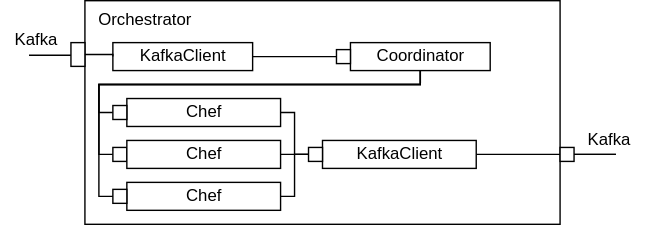
SDU-SW-Engineering/Reconfigurable-I4-Middleware-Software-Architecture keeps this draw.io diagram as docs/CC_Orchestrator.svg. Above is the earlier version. Source tidied: cells renumbered, new cells last; positions are measured from the earlier drawing's top-left corner, leaving out a move shared by most shapes.
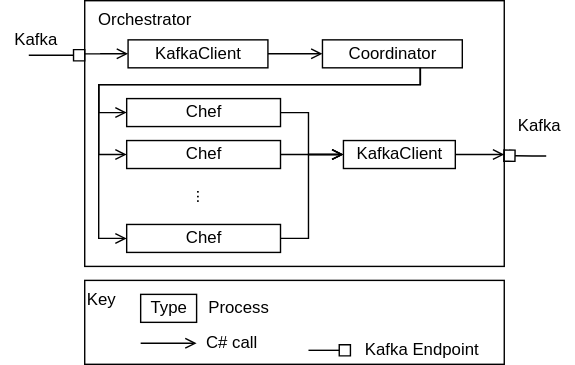
The same file after the commit.

Commit message:
updated cc view of orchestrator

The edit, as a diff of the source:
```diff
@@ -3,129 +3,147 @@
     <mxCell id="0" />
     <mxCell id="1" parent="0" />
     <mxCell id="2" value="Orchestrator" style="html=1;fontFamily=Helvetica;fontSize=12;fontColor=#000000;align=left;verticalAlign=top;spacingLeft=8;" parent="1" vertex="1">
-      <mxGeometry x="60" width="340" height="160" as="geometry" />
+      <mxGeometry x="60" width="300" height="190" as="geometry" />
     </mxCell>
-    <mxCell id="3" style="edgeStyle=orthogonalEdgeStyle;rounded=0;jettySize=auto;html=1;endArrow=none;endFill=0;startArrow=none;startFill=0;" parent="1" edge="1" target="4">
+    <mxCell id="3" style="edgeStyle=orthogonalEdgeStyle;rounded=0;orthogonalLoop=1;jettySize=auto;html=1;endArrow=box;endFill=0;startArrow=none;startFill=0;" parent="1" edge="1">
       <mxGeometry relative="1" as="geometry">
         <mxPoint x="20" y="39" as="sourcePoint" />
+        <mxPoint x="60" y="39" as="targetPoint" />
         <Array as="points">
           <mxPoint x="40" y="39" />
           <mxPoint x="40" y="39" />
         </Array>
       </mxGeometry>
     </mxCell>
-    <mxCell id="4" style="rounded=0;whiteSpace=wrap;html=1;fontFamily=Helvetica;fontSize=12;fontColor=#000000;" parent="1" vertex="1">
-      <mxGeometry x="50" y="30" width="10" height="17" as="geometry" />
+    <mxCell id="4" style="edgeStyle=orthogonalEdgeStyle;rounded=0;jettySize=auto;html=1;startArrow=none;startFill=0;endArrow=open;endFill=0;" parent="1" edge="1" source="5" target="7">
+      <mxGeometry relative="1" as="geometry">
+        <Array as="points">
+          <mxPoint x="300" y="60" />
+          <mxPoint x="70" y="60" />
+          <mxPoint x="70" y="80" />
+        </Array>
+      </mxGeometry>
     </mxCell>
-    <mxCell id="5" style="edgeStyle=orthogonalEdgeStyle;rounded=0;jettySize=auto;html=1;startArrow=none;startFill=0;endArrow=none;endFill=0;entryX=0;entryY=0.5;entryDx=0;entryDy=0;" parent="1" edge="1" source="7" target="11">
-      <mxGeometry relative="1" as="geometry">
-        <Array as="points">
-          <mxPoint x="300" y="60" />
-          <mxPoint x="70" y="60" />
-          <mxPoint x="70" y="80" />
-        </Array>
-      </mxGeometry>
+    <mxCell id="5" value="Coordinator" style="html=1;fontFamily=Helvetica;fontSize=12;fontColor=#000000;" parent="1" vertex="1">
+      <mxGeometry x="230" y="28" width="100" height="20" as="geometry" />
     </mxCell>
-    <mxCell id="6" style="edgeStyle=orthogonalEdgeStyle;rounded=0;jettySize=auto;html=1;entryX=0;entryY=0.5;entryDx=0;entryDy=0;endArrow=none;endFill=0;" parent="1" edge="1" source="7" target="13">
+    <mxCell id="6" style="edgeStyle=orthogonalEdgeStyle;rounded=0;jettySize=auto;html=1;startArrow=none;startFill=0;endArrow=open;endFill=0;" parent="1" edge="1" source="7" target="8">
       <mxGeometry relative="1" as="geometry">
         <Array as="points">
-          <mxPoint x="300" y="60" />
-          <mxPoint x="70" y="60" />
-          <mxPoint x="70" y="110" />
+          <mxPoint x="220" y="80" />
+          <mxPoint x="220" y="110" />
         </Array>
       </mxGeometry>
     </mxCell>
-    <mxCell id="7" value="Coordinator" style="html=1;fontFamily=Helvetica;fontSize=12;fontColor=#000000;" parent="1" vertex="1">
-      <mxGeometry x="250" y="30" width="100" height="20" as="geometry" />
+    <mxCell id="7" value="Chef" style="html=1;fontFamily=Helvetica;fontSize=12;fontColor=#000000;" parent="1" vertex="1">
+      <mxGeometry x="90" y="70" width="110" height="20" as="geometry" />
     </mxCell>
-    <mxCell id="8" style="rounded=0;whiteSpace=wrap;html=1;fontFamily=Helvetica;fontSize=12;fontColor=#000000;" parent="1" vertex="1">
-      <mxGeometry x="240" y="35" width="10" height="10" as="geometry" />
+    <mxCell id="8" value="KafkaClient" style="html=1;fontFamily=Helvetica;fontSize=12;fontColor=#000000;" parent="1" vertex="1">
+      <mxGeometry x="245" y="100" width="80" height="20" as="geometry" />
     </mxCell>
-    <mxCell id="9" style="edgeStyle=orthogonalEdgeStyle;rounded=0;jettySize=auto;html=1;startArrow=none;startFill=0;endArrow=none;endFill=0;entryX=0;entryY=0.5;entryDx=0;entryDy=0;" parent="1" edge="1" source="10" target="19">
-      <mxGeometry relative="1" as="geometry">
-        <Array as="points">
-          <mxPoint x="210" y="80" />
-          <mxPoint x="210" y="110" />
-        </Array>
-      </mxGeometry>
+    <mxCell id="9" style="edgeStyle=orthogonalEdgeStyle;rounded=0;jettySize=auto;html=1;startArrow=none;startFill=0;endArrow=open;endFill=0;" parent="1" edge="1" source="10" target="5">
+      <mxGeometry relative="1" as="geometry" />
     </mxCell>
-    <mxCell id="10" value="Chef" style="html=1;fontFamily=Helvetica;fontSize=12;fontColor=#000000;" parent="1" vertex="1">
-      <mxGeometry x="90" y="70" width="110" height="20" as="geometry" />
+    <mxCell id="10" value="KafkaClient" style="html=1;fontFamily=Helvetica;fontSize=12;fontColor=#000000;" parent="1" vertex="1">
+      <mxGeometry x="91" y="28" width="100" height="20" as="geometry" />
     </mxCell>
-    <mxCell id="11" style="rounded=0;whiteSpace=wrap;html=1;fontFamily=Helvetica;fontSize=12;fontColor=#000000;" parent="1" vertex="1">
-      <mxGeometry x="80" y="75" width="10" height="10" as="geometry" />
+    <mxCell id="11" style="edgeStyle=orthogonalEdgeStyle;rounded=0;jettySize=auto;html=1;startArrow=none;startFill=0;endArrow=open;endFill=0;" parent="1" edge="1" target="10">
+      <mxGeometry relative="1" as="geometry">
+        <mxPoint x="60" y="38" as="sourcePoint" />
+      </mxGeometry>
     </mxCell>
-    <mxCell id="12" style="edgeStyle=orthogonalEdgeStyle;rounded=0;jettySize=auto;html=1;startArrow=none;startFill=0;endArrow=none;endFill=0;entryX=0;entryY=0.5;entryDx=0;entryDy=0;" parent="1" edge="1" source="28" target="19">
-      <mxGeometry relative="1" as="geometry" />
+    <mxCell id="12" value="Kafka" style="text;html=1;align=center;verticalAlign=middle;strokeColor=none;fillColor=none;" parent="1" vertex="1">
+      <mxGeometry y="18" width="50" height="20" as="geometry" />
     </mxCell>
-    <mxCell id="13" style="rounded=0;whiteSpace=wrap;html=1;fontFamily=Helvetica;fontSize=12;fontColor=#000000;" parent="1" vertex="1">
-      <mxGeometry x="80" y="105" width="10" height="10" as="geometry" />
+    <mxCell id="13" value="Kafka" style="text;html=1;align=center;verticalAlign=middle;points=[];strokeColor=none;fillColor=none;" parent="1" vertex="1">
+      <mxGeometry x="360" y="80" width="50" height="20" as="geometry" />
     </mxCell>
-    <mxCell id="14" style="edgeStyle=orthogonalEdgeStyle;rounded=0;jettySize=auto;html=1;startArrow=none;startFill=0;endArrow=none;endFill=0;entryX=0;entryY=0.5;entryDx=0;entryDy=0;" parent="1" edge="1" source="15" target="19">
-      <mxGeometry relative="1" as="geometry">
-        <Array as="points">
-          <mxPoint x="210" y="140" />
-          <mxPoint x="210" y="110" />
-        </Array>
-      </mxGeometry>
+    <mxCell id="14" value="Key" style="rounded=0;whiteSpace=wrap;html=1;align=left;verticalAlign=top;" parent="1" vertex="1">
+      <mxGeometry x="60" y="200" width="300" height="60" as="geometry" />
     </mxCell>
-    <mxCell id="15" value="Chef" style="html=1;fontFamily=Helvetica;fontSize=12;fontColor=#000000;" parent="1" vertex="1">
-      <mxGeometry x="90" y="130" width="110" height="20" as="geometry" />
+    <mxCell id="15" value="Type" style="html=1;fontFamily=Helvetica;fontSize=12;fontColor=#000000;" parent="1" vertex="1">
+      <mxGeometry x="100" y="210" width="40" height="20" as="geometry" />
     </mxCell>
-    <mxCell id="16" style="rounded=0;whiteSpace=wrap;html=1;fontFamily=Helvetica;fontSize=12;fontColor=#000000;" parent="1" vertex="1">
-      <mxGeometry x="80" y="135" width="10" height="10" as="geometry" />
+    <mxCell id="16" value="Process" style="text;html=1;align=center;verticalAlign=middle;points=[];strokeColor=none;fillColor=none;" parent="1" vertex="1">
+      <mxGeometry x="140" y="210" width="60" height="20" as="geometry" />
     </mxCell>
-    <mxCell id="17" style="edgeStyle=orthogonalEdgeStyle;rounded=0;jettySize=auto;html=1;exitX=1;exitY=0.5;exitDx=0;exitDy=0;startArrow=none;startFill=0;endArrow=none;endFill=0;entryX=0;entryY=0.5;entryDx=0;entryDy=0;" parent="1" edge="1" source="18" target="25">
+    <mxCell id="17" style="edgeStyle=orthogonalEdgeStyle;rounded=0;orthogonalLoop=1;jettySize=auto;html=1;startArrow=none;startFill=0;endArrow=open;endFill=0;" parent="1" edge="1">
       <mxGeometry relative="1" as="geometry">
+        <mxPoint x="100" y="245" as="sourcePoint" />
+        <mxPoint x="140" y="245" as="targetPoint" />
         <Array as="points">
-          <mxPoint x="440" y="110" />
+          <mxPoint x="120" y="245" />
         </Array>
       </mxGeometry>
     </mxCell>
-    <mxCell id="18" value="KafkaClient" style="html=1;fontFamily=Helvetica;fontSize=12;fontColor=#000000;" parent="1" vertex="1">
-      <mxGeometry x="230" y="100" width="110" height="20" as="geometry" />
+    <mxCell id="18" value="C# call" style="text;html=1;align=center;verticalAlign=middle;points=[];strokeColor=none;fillColor=none;" parent="1" vertex="1">
+      <mxGeometry x="140" y="235" width="50" height="20" as="geometry" />
     </mxCell>
-    <mxCell id="19" style="rounded=0;whiteSpace=wrap;html=1;fontFamily=Helvetica;fontSize=12;fontColor=#000000;" parent="1" vertex="1">
-      <mxGeometry x="220" y="105" width="10" height="10" as="geometry" />
+    <mxCell id="19" style="edgeStyle=orthogonalEdgeStyle;rounded=0;jettySize=auto;html=1;exitX=1;exitY=0.5;exitDx=0;exitDy=0;startArrow=none;startFill=0;endArrow=open;endFill=0;" parent="1" edge="1" source="8">
+      <mxGeometry relative="1" as="geometry">
+        <mxPoint x="360" y="110" as="targetPoint" />
+      </mxGeometry>
     </mxCell>
-    <mxCell id="20" style="edgeStyle=orthogonalEdgeStyle;rounded=0;jettySize=auto;html=1;startArrow=none;startFill=0;endArrow=none;endFill=0;entryX=0;entryY=0.5;entryDx=0;entryDy=0;" parent="1" edge="1" source="21" target="8">
-      <mxGeometry relative="1" as="geometry" />
+    <mxCell id="20" value="Chef" style="html=1;fontFamily=Helvetica;fontSize=12;fontColor=#000000;" parent="1" vertex="1">
+      <mxGeometry x="90" y="100" width="110" height="20" as="geometry" />
     </mxCell>
-    <mxCell id="21" value="KafkaClient" style="html=1;fontFamily=Helvetica;fontSize=12;fontColor=#000000;" parent="1" vertex="1">
-      <mxGeometry x="80" y="30" width="100" height="20" as="geometry" />
+    <mxCell id="21" value="Chef" style="html=1;fontFamily=Helvetica;fontSize=12;fontColor=#000000;" parent="1" vertex="1">
+      <mxGeometry x="90" y="160" width="110" height="20" as="geometry" />
     </mxCell>
-    <mxCell id="22" style="edgeStyle=orthogonalEdgeStyle;rounded=0;jettySize=auto;html=1;entryX=0;entryY=0.5;entryDx=0;entryDy=0;startArrow=none;startFill=0;endArrow=none;endFill=0;" parent="1" edge="1" source="4" target="21">
-      <mxGeometry relative="1" as="geometry" />
+    <mxCell id="22" value="..." style="text;html=1;align=center;verticalAlign=middle;strokeColor=none;fillColor=none;rotation=90;" parent="1" vertex="1">
+      <mxGeometry x="130" y="130" width="30" height="20" as="geometry" />
     </mxCell>
-    <mxCell id="23" value="Kafka" style="text;html=1;align=center;verticalAlign=middle;strokeColor=none;fillColor=none;" parent="1" vertex="1">
-      <mxGeometry y="18" width="50" height="20" as="geometry" />
+    <mxCell id="23" style="edgeStyle=orthogonalEdgeStyle;rounded=0;jettySize=auto;html=1;startArrow=none;startFill=0;endArrow=open;endFill=0;" parent="1" edge="1" source="5" target="20">
+      <mxGeometry relative="1" as="geometry">
+        <Array as="points">
+          <mxPoint x="300" y="60" />
+          <mxPoint x="70" y="60" />
+          <mxPoint x="70" y="110" />
+        </Array>
+      </mxGeometry>
     </mxCell>
-    <mxCell id="24" style="edgeStyle=orthogonalEdgeStyle;rounded=0;jettySize=auto;html=1;startArrow=none;startFill=0;endArrow=none;endFill=0;" parent="1" edge="1" source="25">
+    <mxCell id="24" style="edgeStyle=orthogonalEdgeStyle;rounded=0;jettySize=auto;html=1;startArrow=none;startFill=0;endArrow=open;endFill=0;" parent="1" edge="1" source="5" target="21">
       <mxGeometry relative="1" as="geometry">
-        <mxPoint x="440" y="110" as="targetPoint" />
         <Array as="points">
-          <mxPoint x="420" y="110" />
-          <mxPoint x="420" y="110" />
+          <mxPoint x="300" y="60" />
+          <mxPoint x="70" y="60" />
+          <mxPoint x="70" y="170" />
         </Array>
       </mxGeometry>
     </mxCell>
-    <mxCell id="25" style="rounded=0;whiteSpace=wrap;html=1;fontFamily=Helvetica;fontSize=12;fontColor=#000000;" parent="1" vertex="1">
-      <mxGeometry x="400" y="105" width="10" height="10" as="geometry" />
+    <mxCell id="25" style="edgeStyle=orthogonalEdgeStyle;rounded=0;jettySize=auto;html=1;startArrow=none;startFill=0;endArrow=open;endFill=0;" parent="1" edge="1" source="21" target="8">
+      <mxGeometry relative="1" as="geometry">
+        <Array as="points">
+          <mxPoint x="220" y="170" />
+          <mxPoint x="220" y="110" />
+        </Array>
+      </mxGeometry>
     </mxCell>
-    <mxCell id="26" value="Kafka" style="text;html=1;align=center;verticalAlign=middle;strokeColor=none;fillColor=none;" parent="1" vertex="1">
-      <mxGeometry x="410" y="90" width="50" height="20" as="geometry" />
+    <mxCell id="26" style="edgeStyle=orthogonalEdgeStyle;rounded=0;jettySize=auto;html=1;startArrow=none;startFill=0;endArrow=open;endFill=0;" parent="1" edge="1" source="20" target="8">
+      <mxGeometry relative="1" as="geometry">
+        <Array as="points">
+          <mxPoint x="220" y="110" />
+          <mxPoint x="220" y="110" />
+        </Array>
+      </mxGeometry>
     </mxCell>
-    <mxCell id="27" style="edgeStyle=orthogonalEdgeStyle;rounded=0;jettySize=auto;html=1;startArrow=none;startFill=0;endArrow=none;endFill=0;entryX=0;entryY=0.5;entryDx=0;entryDy=0;" parent="1" edge="1" source="7" target="16">
+    <mxCell id="27" style="edgeStyle=orthogonalEdgeStyle;rounded=0;jettySize=auto;html=1;endArrow=box;endFill=0;startArrow=none;startFill=0;entryX=0.999;entryY=0.583;entryDx=0;entryDy=0;entryPerimeter=0;" parent="1" edge="1" target="2">
       <mxGeometry relative="1" as="geometry">
+        <mxPoint x="390" y="111" as="sourcePoint" />
         <Array as="points">
-          <mxPoint x="300" y="60" />
-          <mxPoint x="70" y="60" />
-          <mxPoint x="70" y="140" />
+          <mxPoint x="380" y="111" />
+          <mxPoint x="380" y="111" />
         </Array>
       </mxGeometry>
     </mxCell>
-    <mxCell id="28" value="Chef" style="html=1;fontFamily=Helvetica;fontSize=12;fontColor=#000000;" parent="1" vertex="1">
-      <mxGeometry x="90" y="100" width="110" height="20" as="geometry" />
+    <mxCell id="28" style="edgeStyle=orthogonalEdgeStyle;rounded=0;orthogonalLoop=1;jettySize=auto;html=1;startArrow=none;startFill=0;endArrow=box;endFill=0;" parent="1" edge="1">
+      <mxGeometry relative="1" as="geometry">
+        <mxPoint x="220" y="250" as="sourcePoint" />
+        <mxPoint x="250" y="250" as="targetPoint" />
+      </mxGeometry>
     </mxCell>
+    <mxCell id="29" value="Kafka Endpoint" style="text;html=1;align=center;verticalAlign=middle;strokeColor=none;fillColor=none;" parent="1" vertex="1">
+      <mxGeometry x="251" y="240" width="100" height="20" as="geometry" />
+    </mxCell>
   </root>
 </mxGraphModel>
```
